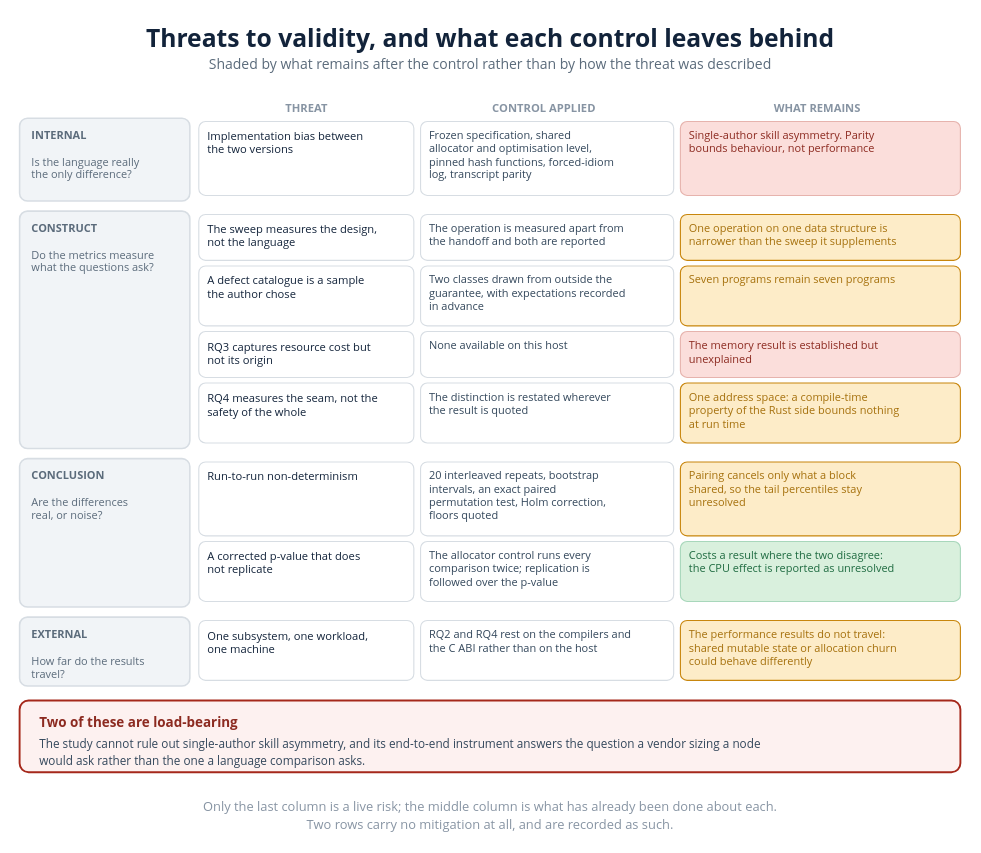
Above: diagrams/25_threats_validity.drawio in VienThanh12/Master-Thesis (draw.io), before the change. Source tidied: cells renumbered, new cells numbered last; positions are measured from the earlier drawing's top-left corner, leaving out a move shared by most shapes. Both pictures are drawn from the tidied source at 112%, with x=0, y=0 at pixel (19, 18).
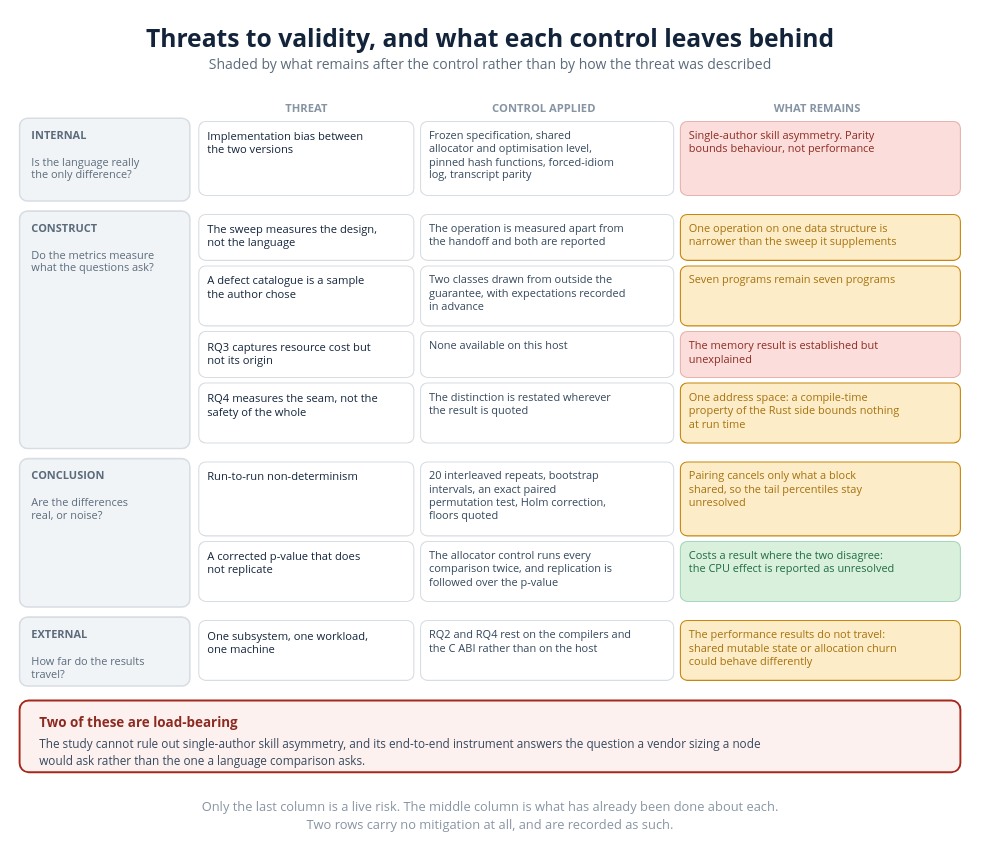
Above is the later version.

The edit, as a diff of the source:
```diff
@@
-    <mxCell id="29" value="The allocator control runs every&lt;br&gt;comparison twice; replication is&lt;br&gt;followed over the p-value" style="rounded=1;whiteSpace=wrap;html=1;absoluteArcSize=1;arcSize=12;fillColor=#ffffff;strokeColor=#d7dde3;strokeWidth=1.0;align=left;verticalAlign=top;spacingLeft=6;spacingTop=0;spacingRight=6;fontSize=9.8;fontColor=#33475b;fontFamily=Segoe UI;" parent="1" vertex="1">
+    <mxCell id="29" value="The allocator control runs every&lt;br&gt;comparison twice, and replication is&lt;br&gt;followed over the p-value" style="rounded=1;whiteSpace=wrap;html=1;absoluteArcSize=1;arcSize=12;fillColor=#ffffff;strokeColor=#d7dde3;strokeWidth=1.0;align=left;verticalAlign=top;spacingLeft=6;spacingTop=0;spacingRight=6;fontSize=9.8;fontColor=#33475b;fontFamily=Segoe UI;" parent="1" vertex="1">
       <mxGeometry x="358" y="467" width="226" height="53.5" as="geometry" />
     </mxCell>
@@
-    <mxCell id="39" value="Only the last column is a live risk; the middle column is what has already been done about each." style="text;html=1;strokeColor=none;fillColor=none;whiteSpace=nowrap;align=center;verticalAlign=middle;fontSize=11.5;fontColor=#8794a3;fontFamily=Segoe UI;" parent="1" vertex="1">
+    <mxCell id="39" value="Only the last column is a live risk. The middle column is what has already been done about each." style="text;html=1;strokeColor=none;fillColor=none;whiteSpace=nowrap;align=center;verticalAlign=middle;fontSize=11.5;fontColor=#8794a3;fontFamily=Segoe UI;" parent="1" vertex="1">
       <mxGeometry x="119.2" y="694.1" width="601.7" height="17.2" as="geometry" />
     </mxCell>
```
